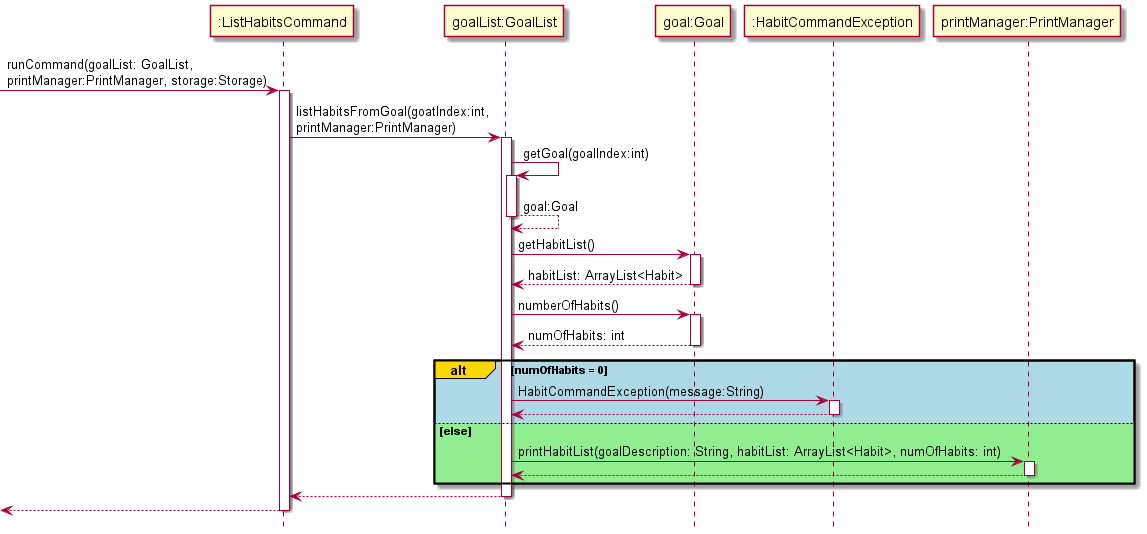
This is docs/Diagram_Images/Implementation_Diagram_Images/ListHabitsCommandSequenceDiagram.png from nus-cs2113-AY2122S1/tp, a PlantUML export, as it was before one commit.
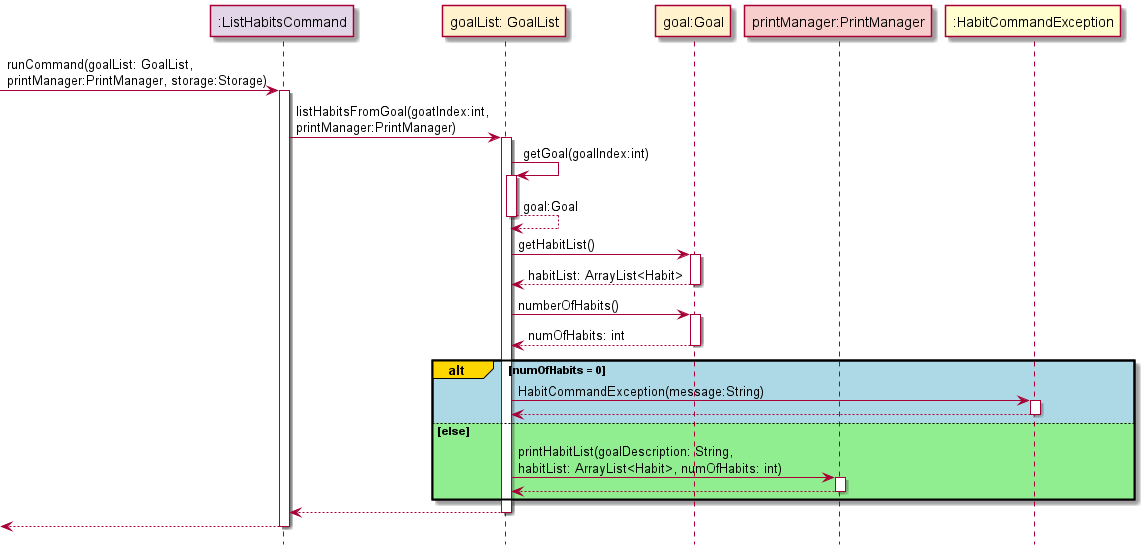
The same diagram one commit later.

What changed in the source:
```diff
@@ -1,41 +1,46 @@
 @startuml
 !include Style.puml
 
--> ":ListHabitsCommand": runCommand(goalList: GoalList,\nprintManager:PrintManager, storage:Storage)
-activate ":ListHabitsCommand"
+participant ":ListHabitsCommand" as ListHabitsCommand COMMAND_COLOUR
+participant "goalList: GoalList" as goalList GOAL_COLOUR
+participant "goal:Goal" as goal GOAL_COLOUR
+participant "printManager:PrintManager" as printManager UI_COLOUR
 
-":ListHabitsCommand" -> "goalList:GoalList" :listHabitsFromGoal(goatIndex:int,\nprintManager:PrintManager)
-activate "goalList:GoalList"
-"goalList:GoalList" -> "goalList:GoalList" :getGoal(goalIndex:int)
-activate "goalList:GoalList"
-"goalList:GoalList" --> "goalList:GoalList" :goal:Goal
-deactivate "goalList:GoalList"
+-> ListHabitsCommand: runCommand(goalList: GoalList,\nprintManager:PrintManager, storage:Storage)
+activate ListHabitsCommand
 
-"goalList:GoalList" -> "goal:Goal": getHabitList()
-activate "goal:Goal"
-"goal:Goal" --> "goalList:GoalList": habitList: ArrayList<Habit>
-deactivate "goal:Goal"
+ListHabitsCommand -> goalList :listHabitsFromGoal(goatIndex:int,\nprintManager:PrintManager)
+activate goalList
+goalList -> goalList :getGoal(goalIndex:int)
+activate goalList
+goalList --> goalList :goal:Goal
+deactivate goalList
 
-"goalList:GoalList" -> "goal:Goal": numberOfHabits()
-activate "goal:Goal"
-"goal:Goal" --> "goalList:GoalList" :numOfHabits: int
-deactivate "goal:Goal"
+goalList -> goal: getHabitList()
+activate goal
+goal --> goalList: habitList: ArrayList<Habit>
+deactivate goal
+
+goalList -> goal: numberOfHabits()
+activate goal
+goal --> goalList :numOfHabits: int
+deactivate goal
 
 alt#gold #lightblue numOfHabits = 0
-    "goalList:GoalList" -> ":HabitCommandException": HabitCommandException(message:String)
+    goalList -> ":HabitCommandException": HabitCommandException(message:String)
     activate ":HabitCommandException"
-    ":HabitCommandException" --> "goalList:GoalList"
+    ":HabitCommandException" --> goalList
     deactivate ":HabitCommandException"
 else #lightgreen else
-    "goalList:GoalList" -> "printManager:PrintManager": printHabitList(goalDescription: String, habitList: ArrayList<Habit>, numOfHabits: int)
-    activate "printManager:PrintManager"
-    "printManager:PrintManager" --> "goalList:GoalList"
-    deactivate "printManager:PrintManager"
+    goalList -> printManager: printHabitList(goalDescription: String,\nhabitList: ArrayList<Habit>, numOfHabits: int)
+    activate printManager
+    printManager --> goalList
+    deactivate printManager
 end
 
-"goalList:GoalList" --> ":ListHabitsCommand"
-deactivate "goalList:GoalList"
-<-- ":ListHabitsCommand"
-deactivate ":ListHabitsCommand"
+goalList --> ListHabitsCommand
+deactivate goalList
+<-- ListHabitsCommand
+deactivate ListHabitsCommand
 
 @enduml
```
